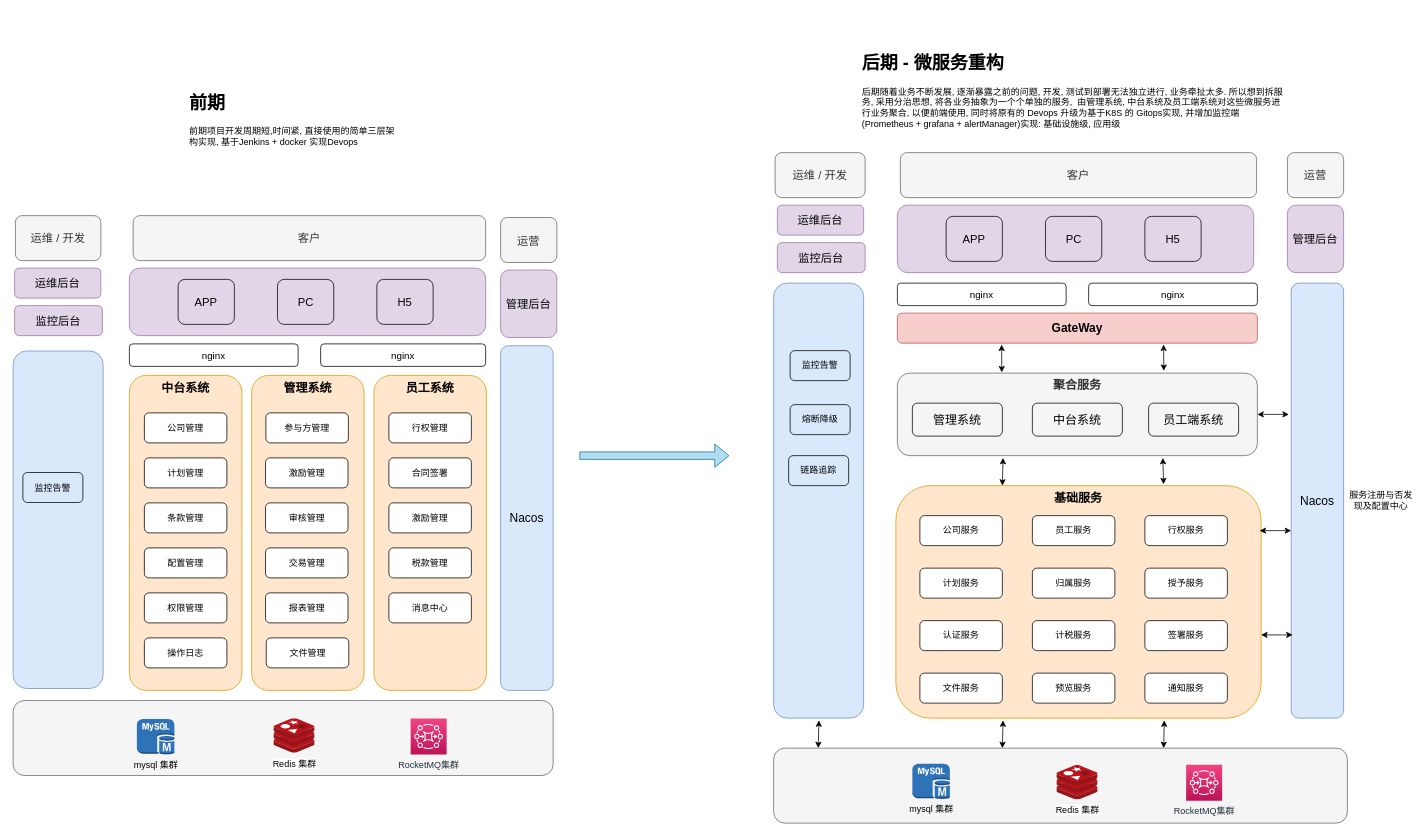
Before: page "系统架构演进" (1 of 4) of ArchitectureDesign/架构设计.drawio in linkypi/xmind, a draw.io diagram. Source tidied: cells renumbered, new cells numbered last; positions are measured from the earlier drawing's top-left corner, leaving out a move shared by most shapes. Both pictures are drawn from the tidied source at 75%, with x=0, y=0 at pixel (13, 48).
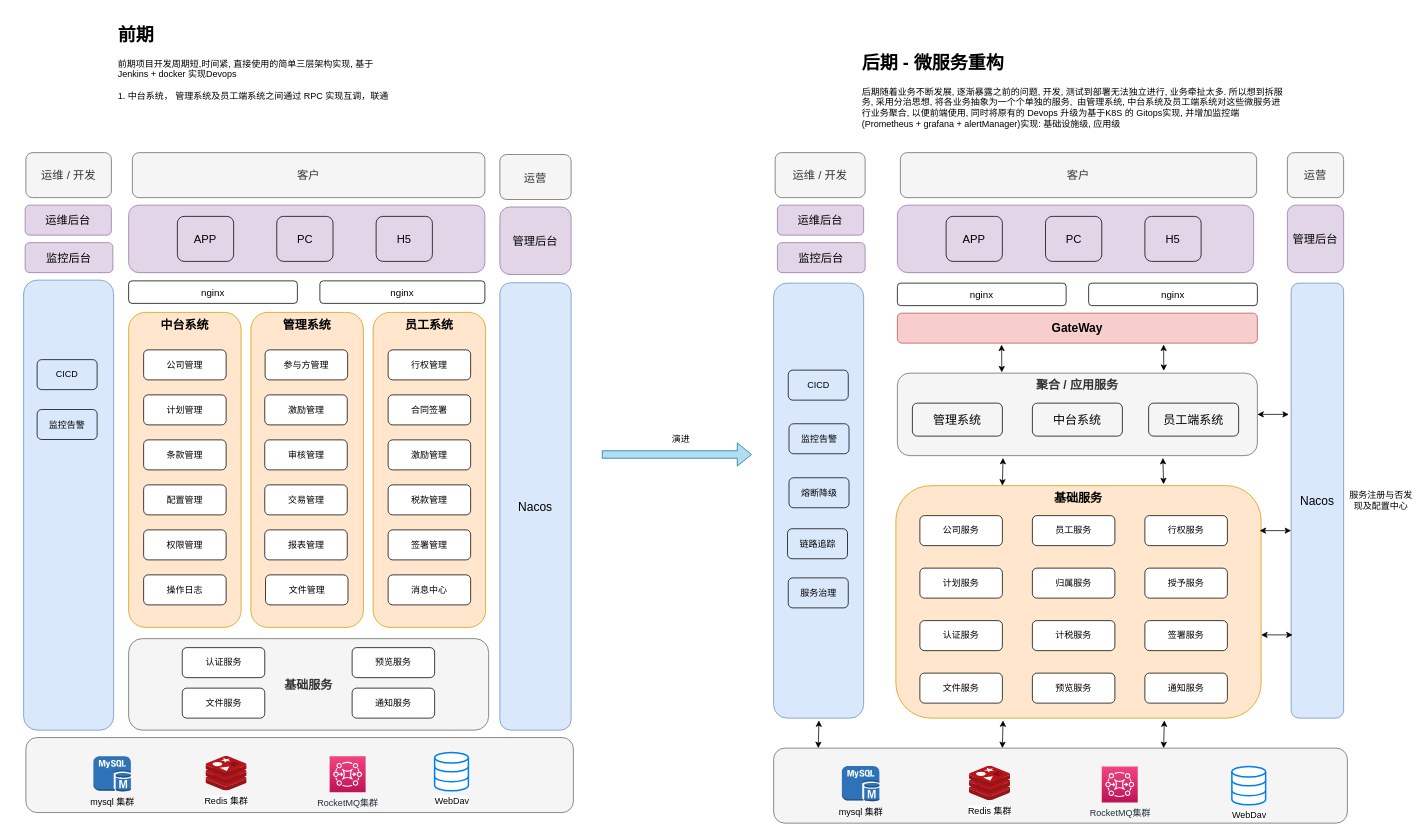
Above is the later version.

Commit message (it also covers changes not shown here):
1. update arch 2. redis 增加热点key处理方式

Diff of the diagram source:
```diff
@@
-    <mxCell id="2" value="聚合服务" style="rounded=1;whiteSpace=wrap;html=1;fillColor=#f5f5f5;fontSize=16;horizontal=1;verticalAlign=top;fontStyle=1;strokeColor=#666666;fontColor=#333333;" parent="1" vertex="1">
+    <mxCell id="2" value="聚合 / 应用服务" style="rounded=1;whiteSpace=wrap;html=1;fillColor=#f5f5f5;fontSize=16;horizontal=1;verticalAlign=top;fontStyle=1;strokeColor=#666666;fontColor=#333333;" parent="1" vertex="1">
       <mxGeometry x="1179" y="433" width="480" height="110" as="geometry" />
     </mxCell>
@@
     <mxCell id="28" value="mysql 集群" style="dashed=0;verticalLabelPosition=bottom;verticalAlign=top;align=center;html=1;shape=mxgraph.aws3.mysql_db_instance;fillColor=#2E73B8;gradientColor=none;fontSize=12;fontStyle=0;" parent="1" vertex="1">
-      <mxGeometry x="1199" y="953.8" width="50" height="47.2" as="geometry" />
+      <mxGeometry x="1105" y="956.9" width="50" height="47.2" as="geometry" />
     </mxCell>
     <mxCell id="29" value="Redis 集群" style="html=1;align=center;image;fontSize=12;image=img/lib/mscae/Cache_Redis_Product.svg;fillColor=none;" parent="1" vertex="1">
-      <mxGeometry x="1391.6" y="956" width="54.8" height="46" as="geometry" />
+      <mxGeometry x="1275" y="956.9" width="54.8" height="46" as="geometry" />
     </mxCell>
     <mxCell id="30" value="RocketMQ集群" style="fontColor=#232F3E;gradientColor=#F34482;gradientDirection=north;fillColor=#BC1356;strokeColor=#ffffff;dashed=0;verticalLabelPosition=bottom;verticalAlign=top;align=center;html=1;fontSize=12;fontStyle=0;shape=mxgraph.aws4.resourceIcon;resIcon=mxgraph.aws4.mq;" parent="1" vertex="1">
-      <mxGeometry x="1564" y="955" width="48" height="48" as="geometry" />
+      <mxGeometry x="1451.5" y="957.5" width="48" height="48" as="geometry" />
     </mxCell>
@@
     <mxCell id="35" value="监控告警" style="rounded=1;whiteSpace=wrap;html=1;fillColor=none;fontSize=12;" parent="1" vertex="1">
-      <mxGeometry x="1036" y="403" width="80" height="40" as="geometry" />
+      <mxGeometry x="1034.5" y="500.5" width="80" height="40" as="geometry" />
     </mxCell>
     <mxCell id="36" value="熔断降级" style="rounded=1;whiteSpace=wrap;html=1;fillColor=none;fontSize=12;" parent="1" vertex="1">
-      <mxGeometry x="1036" y="475" width="80" height="40" as="geometry" />
+      <mxGeometry x="1034.5" y="572.5" width="80" height="40" as="geometry" />
     </mxCell>
     <mxCell id="37" value="链路追踪" style="rounded=1;whiteSpace=wrap;html=1;fillColor=none;fontSize=12;" parent="1" vertex="1">
-      <mxGeometry x="1034" y="543" width="80" height="40" as="geometry" />
+      <mxGeometry x="1032.5" y="640.5" width="80" height="40" as="geometry" />
     </mxCell>
@@
-    <mxCell id="51" value="&lt;h1&gt;前期&lt;/h1&gt;&lt;p&gt;前期项目开发周期短,时间紧, 直接使用的简单三层架构实现, 基于Jenkins + docker 实现Devops&lt;/p&gt;" style="text;html=1;strokeColor=none;fillColor=none;spacing=5;spacingTop=-20;whiteSpace=wrap;overflow=hidden;rounded=0;" parent="1" vertex="1">
-      <mxGeometry x="230" y="53" width="290" height="94" as="geometry" />
+    <mxCell id="51" value="&lt;h1&gt;前期&lt;/h1&gt;&lt;p&gt;前期项目开发周期短,时间紧, 直接使用的简单三层架构实现, 基于Jenkins + docker 实现Devops&lt;br&gt;&lt;br&gt;1. 中台系统， 管理系统及员工端系统之间通过 RPC 实现互调，联通&lt;/p&gt;" style="text;html=1;strokeColor=none;fillColor=none;spacing=5;spacingTop=-20;whiteSpace=wrap;overflow=hidden;rounded=0;" parent="1" vertex="1">
+      <mxGeometry x="135" y="-37" width="380" height="120" as="geometry" />
     </mxCell>
@@
     <mxCell id="53" value="Nacos" style="rounded=1;whiteSpace=wrap;html=1;fillColor=#dae8fc;fontSize=16;strokeColor=#6c8ebf;" parent="1" vertex="1">
-      <mxGeometry x="650" y="396.5" width="70" height="459.5" as="geometry" />
+      <mxGeometry x="649" y="312.5" width="95" height="596.5" as="geometry" />
     </mxCell>
     <mxCell id="54" value="中台系统" style="rounded=1;whiteSpace=wrap;html=1;fillColor=#ffe6cc;horizontal=1;verticalAlign=top;fontStyle=1;fontSize=16;strokeColor=#d79b00;" parent="1" vertex="1">
-      <mxGeometry x="155" y="436" width="150" height="420" as="geometry" />
+      <mxGeometry x="154" y="352" width="150" height="420" as="geometry" />
     </mxCell>
     <mxCell id="55" value="nginx" style="rounded=1;whiteSpace=wrap;html=1;fillColor=none;fontSize=13;fontStyle=0;" parent="1" vertex="1">
-      <mxGeometry x="155" y="394" width="225" height="30" as="geometry" />
+      <mxGeometry x="154" y="310" width="225" height="30" as="geometry" />
     </mxCell>
     <mxCell id="56" value="nginx" style="rounded=1;whiteSpace=wrap;html=1;fillColor=none;fontSize=13;fontStyle=0;" parent="1" vertex="1">
-      <mxGeometry x="410" y="394" width="220" height="30" as="geometry" />
+      <mxGeometry x="409" y="310" width="220" height="30" as="geometry" />
     </mxCell>
     <mxCell id="57" value="运维 / 开发" style="rounded=1;whiteSpace=wrap;html=1;fillColor=#f5f5f5;fontSize=15;fontColor=#333333;strokeColor=#666666;" parent="1" vertex="1">
-      <mxGeometry x="3" y="223" width="114" height="60" as="geometry" />
+      <mxGeometry x="17" y="139" width="114" height="60" as="geometry" />
     </mxCell>
     <mxCell id="58" value="运营" style="rounded=1;whiteSpace=wrap;html=1;fillColor=#f5f5f5;fontSize=15;fontColor=#333333;strokeColor=#666666;" parent="1" vertex="1">
-      <mxGeometry x="650" y="225.5" width="75" height="60" as="geometry" />
+      <mxGeometry x="649" y="141.5" width="95" height="60" as="geometry" />
     </mxCell>
     <mxCell id="59" style="rounded=1;whiteSpace=wrap;html=1;fillColor=#e1d5e7;fontSize=15;strokeColor=#9673a6;" parent="1" vertex="1">
-      <mxGeometry x="155" y="293" width="475" height="90" as="geometry" />
+      <mxGeometry x="154" y="209" width="475" height="90" as="geometry" />
     </mxCell>
     <mxCell id="60" value="APP" style="rounded=1;whiteSpace=wrap;html=1;fillColor=none;fontSize=15;" parent="1" vertex="1">
-      <mxGeometry x="220" y="308" width="75" height="60" as="geometry" />
+      <mxGeometry x="219" y="224" width="75" height="60" as="geometry" />
     </mxCell>
     <mxCell id="61" value="PC" style="rounded=1;whiteSpace=wrap;html=1;fillColor=none;fontSize=15;" parent="1" vertex="1">
-      <mxGeometry x="352.5" y="308" width="75" height="60" as="geometry" />
+      <mxGeometry x="351.5" y="224" width="75" height="60" as="geometry" />
     </mxCell>
     <mxCell id="62" value="H5" style="rounded=1;whiteSpace=wrap;html=1;fillColor=none;fontSize=15;" parent="1" vertex="1">
-      <mxGeometry x="485" y="308" width="75" height="60" as="geometry" />
+      <mxGeometry x="484" y="224" width="75" height="60" as="geometry" />
     </mxCell>
     <mxCell id="63" value="管理后台" style="rounded=1;whiteSpace=wrap;html=1;fillColor=#e1d5e7;fontSize=15;strokeColor=#9673a6;" parent="1" vertex="1">
-      <mxGeometry x="650" y="295.5" width="75" height="90" as="geometry" />
+      <mxGeometry x="649" y="211.5" width="95" height="90" as="geometry" />
     </mxCell>
     <mxCell id="64" value="运维后台" style="rounded=1;whiteSpace=wrap;html=1;fillColor=#e1d5e7;fontSize=15;strokeColor=#9673a6;" parent="1" vertex="1">
-      <mxGeometry x="2" y="293" width="115" height="40" as="geometry" />
+      <mxGeometry x="16" y="209" width="115" height="40" as="geometry" />
     </mxCell>
     <mxCell id="65" value="监控后台" style="rounded=1;whiteSpace=wrap;html=1;fillColor=#e1d5e7;fontSize=15;strokeColor=#9673a6;" parent="1" vertex="1">
-      <mxGeometry x="2" y="343" width="117" height="40" as="geometry" />
+      <mxGeometry x="16" y="259" width="117" height="40" as="geometry" />
     </mxCell>
     <mxCell id="66" value="客户" style="rounded=1;whiteSpace=wrap;html=1;fillColor=#f5f5f5;fontSize=15;fontColor=#333333;strokeColor=#666666;" parent="1" vertex="1">
-      <mxGeometry x="160" y="223" width="470" height="60" as="geometry" />
+      <mxGeometry x="159" y="139" width="470" height="60" as="geometry" />
     </mxCell>
     <mxCell id="67" value="&lt;span&gt;公司管理&lt;/span&gt;" style="rounded=1;whiteSpace=wrap;html=1;" parent="1" vertex="1">
-      <mxGeometry x="175" y="486" width="110" height="40" as="geometry" />
+      <mxGeometry x="174" y="402" width="110" height="40" as="geometry" />
     </mxCell>
     <mxCell id="68" value="&lt;span&gt;计划管理&lt;/span&gt;" style="rounded=1;whiteSpace=wrap;html=1;" parent="1" vertex="1">
-      <mxGeometry x="175" y="546" width="110" height="40" as="geometry" />
+      <mxGeometry x="174" y="462" width="110" height="40" as="geometry" />
     </mxCell>
     <mxCell id="69" value="管理系统" style="rounded=1;whiteSpace=wrap;html=1;fillColor=#ffe6cc;horizontal=1;verticalAlign=top;fontStyle=1;fontSize=16;strokeColor=#d79b00;" parent="1" vertex="1">
-      <mxGeometry x="318" y="436" width="150" height="420" as="geometry" />
+      <mxGeometry x="317" y="352" width="150" height="420" as="geometry" />
     </mxCell>
     <mxCell id="70" value="员工系统" style="rounded=1;whiteSpace=wrap;html=1;fillColor=#ffe6cc;horizontal=1;verticalAlign=top;fontStyle=1;fontSize=16;strokeColor=#d79b00;" parent="1" vertex="1">
-      <mxGeometry x="481" y="436" width="150" height="420" as="geometry" />
+      <mxGeometry x="480" y="352" width="150" height="420" as="geometry" />
     </mxCell>
     <mxCell id="71" value="&lt;span&gt;条款管理&lt;/span&gt;" style="rounded=1;whiteSpace=wrap;html=1;" parent="1" vertex="1">
-      <mxGeometry x="175" y="606" width="110" height="40" as="geometry" />
+      <mxGeometry x="174" y="522" width="110" height="40" as="geometry" />
     </mxCell>
     <mxCell id="72" value="&lt;span&gt;配置管理&lt;/span&gt;" style="rounded=1;whiteSpace=wrap;html=1;" parent="1" vertex="1">
-      <mxGeometry x="175" y="666" width="110" height="40" as="geometry" />
+      <mxGeometry x="174" y="582" width="110" height="40" as="geometry" />
     </mxCell>
     <mxCell id="73" value="&lt;span&gt;权限管理&lt;/span&gt;" style="rounded=1;whiteSpace=wrap;html=1;" parent="1" vertex="1">
-      <mxGeometry x="175" y="726" width="110" height="40" as="geometry" />
+      <mxGeometry x="174" y="642" width="110" height="40" as="geometry" />
     </mxCell>
     <mxCell id="74" value="&lt;span&gt;操作日志&lt;/span&gt;" style="rounded=1;whiteSpace=wrap;html=1;" parent="1" vertex="1">
-      <mxGeometry x="175" y="786" width="110" height="40" as="geometry" />
+      <mxGeometry x="174" y="702" width="110" height="40" as="geometry" />
     </mxCell>
     <mxCell id="75" value="&lt;span&gt;参与方管理&lt;/span&gt;" style="rounded=1;whiteSpace=wrap;html=1;" parent="1" vertex="1">
-      <mxGeometry x="337" y="486" width="110" height="40" as="geometry" />
+      <mxGeometry x="336" y="402" width="110" height="40" as="geometry" />
     </mxCell>
@@
     <mxCell id="77" value="&lt;span&gt;激励管理&lt;/span&gt;" style="rounded=1;whiteSpace=wrap;html=1;" parent="1" vertex="1">
-      <mxGeometry x="336.5" y="546" width="110" height="40" as="geometry" />
+      <mxGeometry x="335.5" y="462" width="110" height="40" as="geometry" />
     </mxCell>
     <mxCell id="78" value="&lt;span&gt;审核管理&lt;/span&gt;" style="rounded=1;whiteSpace=wrap;html=1;" parent="1" vertex="1">
-      <mxGeometry x="336.5" y="606" width="110" height="40" as="geometry" />
+      <mxGeometry x="335.5" y="522" width="110" height="40" as="geometry" />
     </mxCell>
     <mxCell id="79" value="&lt;span&gt;交易管理&lt;/span&gt;" style="rounded=1;whiteSpace=wrap;html=1;" parent="1" vertex="1">
-      <mxGeometry x="336.5" y="666" width="110" height="40" as="geometry" />
+      <mxGeometry x="335.5" y="582" width="110" height="40" as="geometry" />
     </mxCell>
     <mxCell id="80" value="&lt;span&gt;报表管理&lt;/span&gt;" style="rounded=1;whiteSpace=wrap;html=1;" parent="1" vertex="1">
-      <mxGeometry x="336.5" y="726" width="110" height="40" as="geometry" />
+      <mxGeometry x="335.5" y="642" width="110" height="40" as="geometry" />
     </mxCell>
     <mxCell id="81" value="&lt;span&gt;文件管理&lt;/span&gt;" style="rounded=1;whiteSpace=wrap;html=1;" parent="1" vertex="1">
-      <mxGeometry x="337.5" y="786" width="110" height="40" as="geometry" />
+      <mxGeometry x="336.5" y="702" width="110" height="40" as="geometry" />
     </mxCell>
     <mxCell id="82" value="&lt;span&gt;行权管理&lt;/span&gt;" style="rounded=1;whiteSpace=wrap;html=1;" parent="1" vertex="1">
-      <mxGeometry x="501" y="486" width="110" height="40" as="geometry" />
+      <mxGeometry x="500" y="402" width="110" height="40" as="geometry" />
     </mxCell>
     <mxCell id="83" value="&lt;span&gt;合同签署&lt;/span&gt;" style="rounded=1;whiteSpace=wrap;html=1;" parent="1" vertex="1">
-      <mxGeometry x="501" y="546" width="110" height="40" as="geometry" />
+      <mxGeometry x="500" y="462" width="110" height="40" as="geometry" />
     </mxCell>
     <mxCell id="84" value="&lt;span&gt;激励管理&lt;/span&gt;" style="rounded=1;whiteSpace=wrap;html=1;" parent="1" vertex="1">
-      <mxGeometry x="501" y="606" width="110" height="40" as="geometry" />
+      <mxGeometry x="500" y="522" width="110" height="40" as="geometry" />
     </mxCell>
     <mxCell id="85" value="&lt;span&gt;税款管理&lt;/span&gt;" style="rounded=1;whiteSpace=wrap;html=1;" parent="1" vertex="1">
-      <mxGeometry x="501" y="666" width="110" height="40" as="geometry" />
+      <mxGeometry x="500" y="582" width="110" height="40" as="geometry" />
     </mxCell>
-    <mxCell id="86" value="&lt;span&gt;消息中心&lt;/span&gt;" style="rounded=1;whiteSpace=wrap;html=1;" parent="1" vertex="1">
-      <mxGeometry x="501" y="726" width="110" height="40" as="geometry" />
+    <mxCell id="86" value="&lt;span&gt;签署管理&lt;/span&gt;" style="rounded=1;whiteSpace=wrap;html=1;" parent="1" vertex="1">
+      <mxGeometry x="500" y="642" width="110" height="40" as="geometry" />
     </mxCell>
     <mxCell id="87" style="rounded=1;whiteSpace=wrap;html=1;fillColor=#f5f5f5;fontSize=16;strokeColor=#666666;fontColor=#333333;" parent="1" vertex="1">
-      <mxGeometry y="869.5" width="720" height="100" as="geometry" />
+      <mxGeometry x="17" y="918.9" width="730" height="100" as="geometry" />
     </mxCell>
     <mxCell id="88" value="mysql 集群" style="dashed=0;verticalLabelPosition=bottom;verticalAlign=top;align=center;html=1;shape=mxgraph.aws3.mysql_db_instance;fillColor=#2E73B8;gradientColor=none;fontSize=12;fontStyle=0;" parent="1" vertex="1">
-      <mxGeometry x="165" y="894.3" width="50" height="47.2" as="geometry" />
+      <mxGeometry x="107" y="943.7" width="50" height="47.2" as="geometry" />
     </mxCell>
     <mxCell id="89" value="Redis 集群" style="html=1;align=center;image;fontSize=12;image=img/lib/mscae/Cache_Redis_Product.svg;fillColor=none;" parent="1" vertex="1">
-      <mxGeometry x="347.6" y="893.5" width="54.8" height="46" as="geometry" />
+      <mxGeometry x="257" y="943.9" width="54.8" height="46" as="geometry" />
     </mxCell>
     <mxCell id="90" value="RocketMQ集群" style="fontColor=#232F3E;gradientColor=#F34482;gradientDirection=north;fillColor=#BC1356;strokeColor=#ffffff;dashed=0;verticalLabelPosition=bottom;verticalAlign=top;align=center;html=1;fontSize=12;fontStyle=0;shape=mxgraph.aws4.resourceIcon;resIcon=mxgraph.aws4.mq;" parent="1" vertex="1">
-      <mxGeometry x="530" y="893.5" width="48" height="48" as="geometry" />
+      <mxGeometry x="422" y="943.9" width="48" height="48" as="geometry" />
     </mxCell>
     <mxCell id="91" style="rounded=1;whiteSpace=wrap;html=1;fillColor=#dae8fc;fontSize=16;strokeColor=#6c8ebf;" parent="1" vertex="1">
-      <mxGeometry y="403.5" width="120" height="450" as="geometry" />
+      <mxGeometry x="14" y="309" width="120" height="600" as="geometry" />
     </mxCell>
     <mxCell id="92" value="监控告警" style="rounded=1;whiteSpace=wrap;html=1;fillColor=none;fontSize=12;" parent="1" vertex="1">
-      <mxGeometry x="13" y="565.5" width="80" height="40" as="geometry" />
+      <mxGeometry x="32" y="481.5" width="80" height="40" as="geometry" />
     </mxCell>
     <mxCell id="93" style="shape=flexArrow;endArrow=classic;html=1;rounded=0;labelBackgroundColor=#7EA6E0;fillColor=#b1ddf0;strokeColor=#10739e;" parent="1" edge="1">
       <mxGeometry relative="1" as="geometry">
-        <mxPoint x="755" y="543" as="sourcePoint" />
-        <mxPoint x="955" y="543" as="targetPoint" />
+        <mxPoint x="785" y="541.5" as="sourcePoint" />
+        <mxPoint x="985" y="541.5" as="targetPoint" />
       </mxGeometry>
     </mxCell>
+    <mxCell id="94" value="WebDav" style="html=1;verticalLabelPosition=bottom;align=center;labelBackgroundColor=#ffffff;verticalAlign=top;strokeWidth=2;strokeColor=#0080F0;shadow=0;dashed=0;shape=mxgraph.ios7.icons.data;" parent="1" vertex="1">
+      <mxGeometry x="562" y="938.8" width="45" height="51.1" as="geometry" />
+    </mxCell>
+    <mxCell id="95" value="WebDav" style="html=1;verticalLabelPosition=bottom;align=center;labelBackgroundColor=#ffffff;verticalAlign=top;strokeWidth=2;strokeColor=#0080F0;shadow=0;dashed=0;shape=mxgraph.ios7.icons.data;" parent="1" vertex="1">
+      <mxGeometry x="1625" y="957.5" width="45" height="51.1" as="geometry" />
+    </mxCell>
+    <mxCell id="96" value="CICD" style="rounded=1;whiteSpace=wrap;html=1;fillColor=none;fontSize=12;" parent="1" vertex="1">
+      <mxGeometry x="32" y="415" width="80" height="40" as="geometry" />
+    </mxCell>
+    <mxCell id="97" value="CICD" style="rounded=1;whiteSpace=wrap;html=1;fillColor=none;fontSize=12;" parent="1" vertex="1">
+      <mxGeometry x="1033.5" y="429" width="80" height="40" as="geometry" />
+    </mxCell>
+    <mxCell id="98" value="服务治理" style="rounded=1;whiteSpace=wrap;html=1;fillColor=none;fontSize=12;" parent="1" vertex="1">
+      <mxGeometry x="1033.5" y="706" width="80" height="40" as="geometry" />
+    </mxCell>
+    <mxCell id="99" value="演进" style="text;html=1;align=center;verticalAlign=middle;strokeColor=none;fillColor=none;" parent="1" vertex="1">
+      <mxGeometry x="865" y="505.5" width="50" height="30" as="geometry" />
+    </mxCell>
+    <mxCell id="100" value="&lt;span&gt;消息中心&lt;/span&gt;" style="rounded=1;whiteSpace=wrap;html=1;" parent="1" vertex="1">
+      <mxGeometry x="500" y="702" width="110" height="40" as="geometry" />
+    </mxCell>
+    <mxCell id="101" value="基础服务" style="rounded=1;whiteSpace=wrap;html=1;fillColor=#f5f5f5;fontSize=16;strokeColor=#666666;fontColor=#333333;fontStyle=1;" parent="1" vertex="1">
+      <mxGeometry x="154" y="787" width="480" height="122" as="geometry" />
+    </mxCell>
+    <mxCell id="102" value="&lt;span&gt;文件服务&lt;/span&gt;" style="rounded=1;whiteSpace=wrap;html=1;" parent="1" vertex="1">
+      <mxGeometry x="225.5" y="853" width="110" height="40" as="geometry" />
+    </mxCell>
+    <mxCell id="103" value="&lt;span&gt;预览服务&lt;/span&gt;" style="rounded=1;whiteSpace=wrap;html=1;" parent="1" vertex="1">
+      <mxGeometry x="452" y="799" width="110" height="40" as="geometry" />
+    </mxCell>
+    <mxCell id="104" value="&lt;span&gt;通知服务&lt;/span&gt;" style="rounded=1;whiteSpace=wrap;html=1;" parent="1" vertex="1">
+      <mxGeometry x="452" y="853" width="110" height="40" as="geometry" />
+    </mxCell>
+    <mxCell id="105" value="&lt;span&gt;认证服务&lt;/span&gt;" style="rounded=1;whiteSpace=wrap;html=1;" parent="1" vertex="1">
+      <mxGeometry x="225.5" y="799" width="110" height="40" as="geometry" />
+    </mxCell>
```
